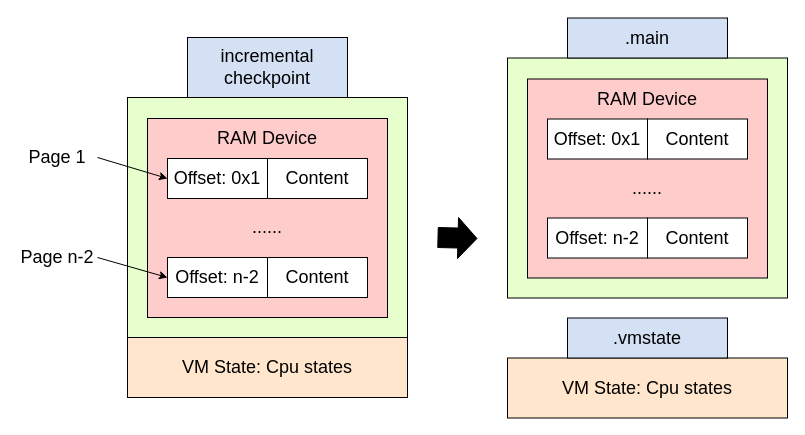
Above: final/incremental checkpoint composition.drawio in xuyizhe1999/drawio (draw.io), before the change. Source tidied: cells renumbered, new cells numbered last; positions are measured from the earlier drawing's top-left corner, leaving out a move shared by most shapes. Both pictures are drawn from the tidied source at 100%, with x=0, y=0 at pixel (17, 17).
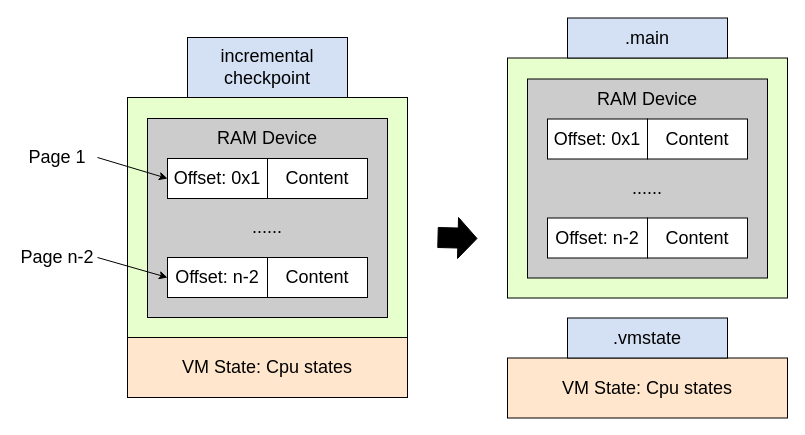
The same page after the edit.

The edit, as a diff of the source:
```diff
@@
-    <mxCell id="4" style="rounded=0;whiteSpace=wrap;html=1;fillColor=#FFCCCC;" parent="1" vertex="1">
+    <mxCell id="4" style="rounded=0;whiteSpace=wrap;html=1;fillColor=#CCCCCC;" parent="1" vertex="1">
       <mxGeometry x="130" y="101" width="240" height="199" as="geometry" />
     </mxCell>
@@
-    <mxCell id="18" style="rounded=0;whiteSpace=wrap;html=1;fillColor=#FFCCCC;" parent="1" vertex="1">
+    <mxCell id="18" style="rounded=0;whiteSpace=wrap;html=1;fillColor=#CCCCCC;" parent="1" vertex="1">
       <mxGeometry x="510" y="61.5" width="240" height="199" as="geometry" />
     </mxCell>
```
